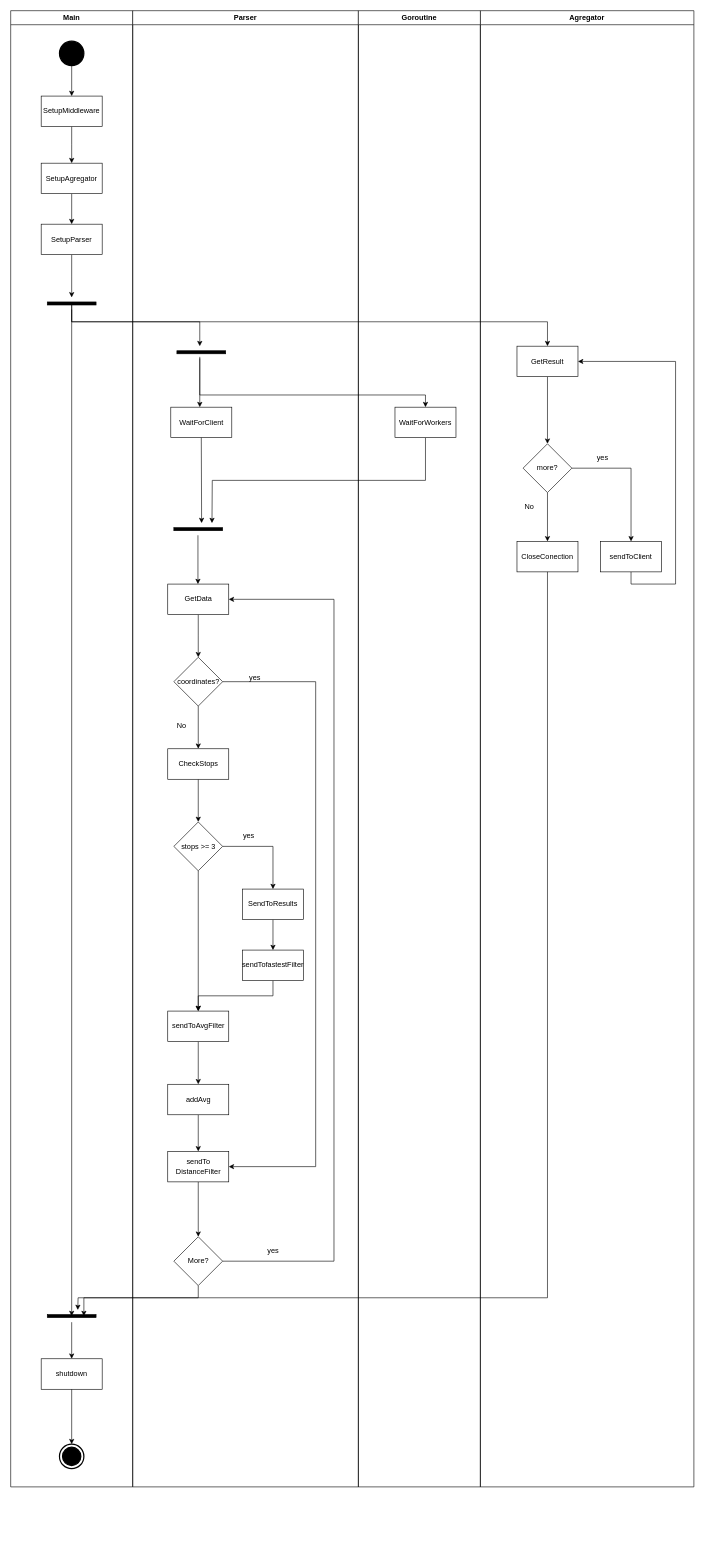
Before: page "ActividadesInterfaz" (2 of 2) of docs/diagramas/DiagramaActividades.drawio in FranciscoPereira987/tp1-distribuidos-grupo5, a draw.io diagram. Source tidied: cells renumbered, new cells numbered last; positions are measured from the earlier drawing's top-left corner, leaving out a move shared by most shapes. Both pictures are drawn from the tidied source at 61%, with x=0, y=0 at pixel (10, 10).
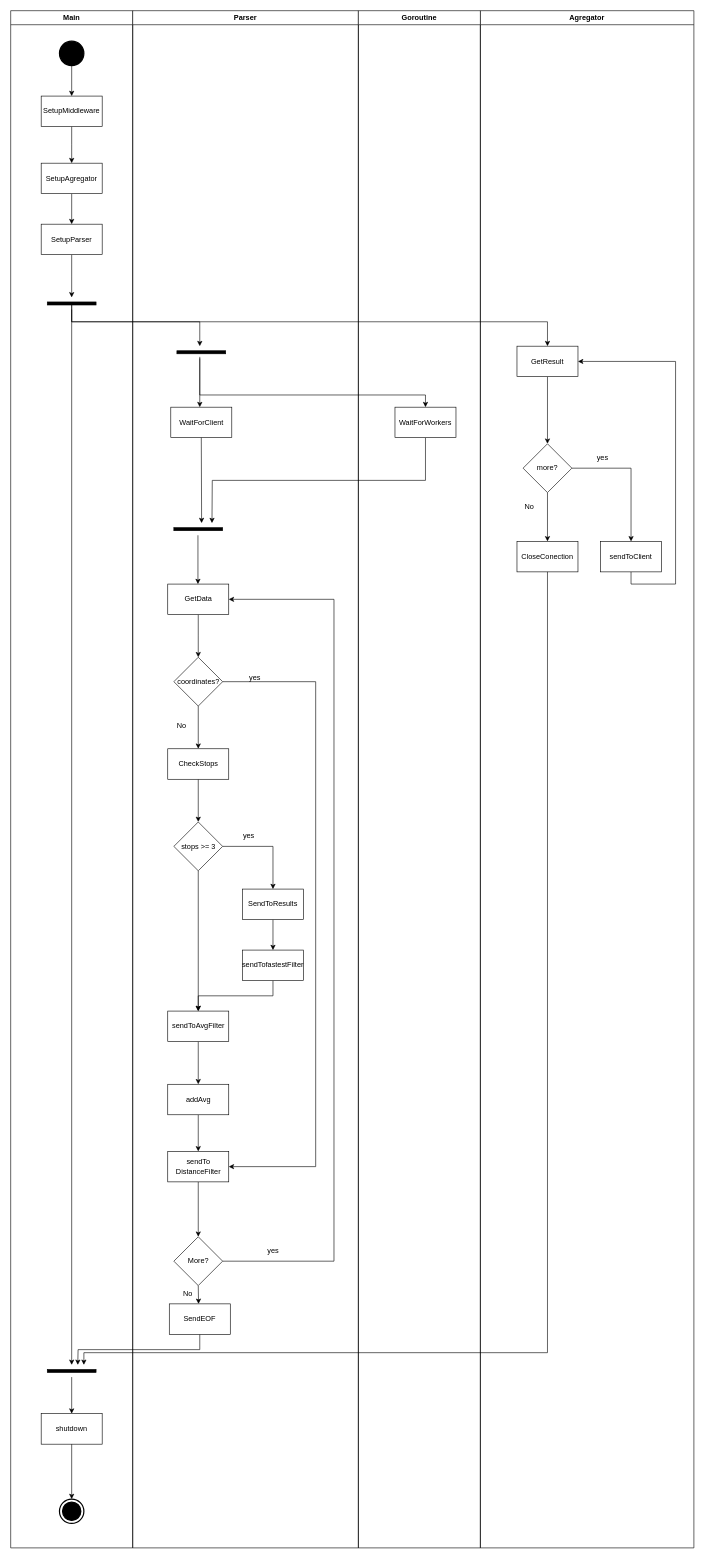
Above is the later version.

Unchanged cells that the change refers to:
```xml
<mxCell id="11" style="html=1;points=[];perimeter=orthogonalPerimeter;fillColor=strokeColor;rotation=-90;" parent="2" vertex="1">
  <mxGeometry x="97.5" y="440" width="5" height="80" as="geometry" />
</mxCell>
<mxCell id="45" value="More?" style="rhombus;whiteSpace=wrap;html=1;" parent="17" vertex="1">
  <mxGeometry x="67.5" y="2010" width="80" height="80" as="geometry" />
</mxCell>
<mxCell id="52" value="CloseConection" style="html=1;dashed=0;whiteSpace=wrap;" parent="46" vertex="1">
  <mxGeometry x="60" y="870" width="100" height="50" as="geometry" />
</mxCell>
```

Diff of the diagram source:
```diff
@@
     <mxCell id="2" value="Main" style="swimlane;whiteSpace=wrap;html=1;" parent="1" vertex="1">
-      <mxGeometry width="200" height="2420" as="geometry" />
+      <mxGeometry width="200" height="2520" as="geometry" />
     </mxCell>
@@
     <mxCell id="12" style="html=1;points=[];perimeter=orthogonalPerimeter;fillColor=strokeColor;rotation=-90;" parent="2" vertex="1">
-      <mxGeometry x="97.5" y="2100" width="5" height="80" as="geometry" />
+      <mxGeometry x="97.5" y="2190" width="5" height="80" as="geometry" />
     </mxCell>
-    <mxCell id="13" style="endArrow=classic;html=1;rounded=0;exitX=0.5;exitY=0.5;exitDx=0;exitDy=0;exitPerimeter=0;entryX=0.5;entryY=0.5;entryDx=0;entryDy=0;entryPerimeter=0;" parent="2" edge="1" source="11" target="12">
-      <mxGeometry relative="1" as="geometry" />
+    <mxCell id="13" style="endArrow=classic;html=1;rounded=0;exitX=0.5;exitY=0.5;exitDx=0;exitDy=0;exitPerimeter=0;" parent="2" edge="1" source="11">
+      <mxGeometry relative="1" as="geometry">
+        <mxPoint x="100" y="2220" as="targetPoint" />
+      </mxGeometry>
     </mxCell>
     <mxCell id="14" value="shutdown" style="html=1;dashed=0;whiteSpace=wrap;" parent="2" vertex="1">
-      <mxGeometry x="50" y="2210" width="100" height="50" as="geometry" />
+      <mxGeometry x="50" y="2300" width="100" height="50" as="geometry" />
     </mxCell>
     <mxCell id="15" style="html=1;shape=mxgraph.sysml.actFinal;strokeWidth=2;verticalLabelPosition=bottom;verticalAlignment=top;" parent="2" vertex="1">
-      <mxGeometry x="80" y="2350" width="40" height="40" as="geometry" />
+      <mxGeometry x="80" y="2440" width="40" height="40" as="geometry" />
     </mxCell>
@@
     <mxCell id="17" value="Parser" style="swimlane;whiteSpace=wrap;html=1;" parent="1" vertex="1">
-      <mxGeometry x="200" width="370" height="2420" as="geometry" />
+      <mxGeometry x="200" width="370" height="2520" as="geometry" />
     </mxCell>
@@
-    <mxCell id="44" style="edgeStyle=orthogonalEdgeStyle;rounded=0;jettySize=auto;html=1;exitX=0.5;exitY=1;exitDx=0;exitDy=0;" parent="17" edge="1" source="45">
-      <mxGeometry relative="1" as="geometry">
-        <mxPoint x="-90" y="2130" as="targetPoint" />
-      </mxGeometry>
-    </mxCell>
+    <mxCell id="70" style="edgeStyle=orthogonalEdgeStyle;rounded=0;jettySize=auto;html=1;exitX=0.5;exitY=1;exitDx=0;exitDy=0;" parent="17" edge="1" source="45">
+      <mxGeometry relative="1" as="geometry">
+        <mxPoint x="108" y="2120" as="targetPoint" />
+      </mxGeometry>
+    </mxCell>
@@
+    <mxCell id="71" style="edgeStyle=orthogonalEdgeStyle;rounded=0;jettySize=auto;html=1;exitX=0.5;exitY=1;exitDx=0;exitDy=0;" parent="17" edge="1" source="72">
+      <mxGeometry relative="1" as="geometry">
+        <mxPoint x="-90" y="2220" as="targetPoint" />
+      </mxGeometry>
+    </mxCell>
+    <mxCell id="72" value="SendEOF" style="html=1;dashed=0;whiteSpace=wrap;" parent="17" vertex="1">
+      <mxGeometry x="60" y="2120" width="100" height="50" as="geometry" />
+    </mxCell>
     <mxCell id="46" value="Agregator" style="swimlane;whiteSpace=wrap;html=1;" parent="1" vertex="1">
-      <mxGeometry x="770" width="350" height="2420" as="geometry" />
+      <mxGeometry x="770" width="350" height="2520" as="geometry" />
     </mxCell>
@@
     <mxCell id="58" value="Goroutine" style="swimlane;whiteSpace=wrap;html=1;" parent="1" vertex="1">
-      <mxGeometry x="570" width="200" height="2420" as="geometry" />
+      <mxGeometry x="570" width="200" height="2520" as="geometry" />
     </mxCell>
@@
     <mxCell id="68" style="edgeStyle=orthogonalEdgeStyle;rounded=0;jettySize=auto;html=1;exitX=0.5;exitY=1;exitDx=0;exitDy=0;" parent="1" edge="1" source="52">
       <mxGeometry relative="1" as="geometry">
-        <mxPoint x="120" y="2140" as="targetPoint" />
+        <mxPoint x="120" y="2220" as="targetPoint" />
         <Array as="points">
-          <mxPoint x="880" y="2110" />
-          <mxPoint x="120" y="2110" />
-          <mxPoint x="120" y="2139" />
+          <mxPoint x="880" y="2200" />
+          <mxPoint x="120" y="2200" />
         </Array>
       </mxGeometry>
     </mxCell>
     <mxCell id="69" style="endArrow=classic;html=1;rounded=0;entryX=0.5;entryY=0;entryDx=0;entryDy=0;" parent="1" edge="1" target="14">
       <mxGeometry relative="1" as="geometry">
-        <mxPoint x="100" y="2150" as="sourcePoint" />
+        <mxPoint x="100" y="2240" as="sourcePoint" />
       </mxGeometry>
     </mxCell>
+    <mxCell id="73" value="No" style="text;html=1;align=center;verticalAlign=middle;strokeColor=none;fillColor=none;" parent="1" vertex="1">
+      <mxGeometry x="270" y="2088" width="40" height="30" as="geometry" />
+    </mxCell>
```
